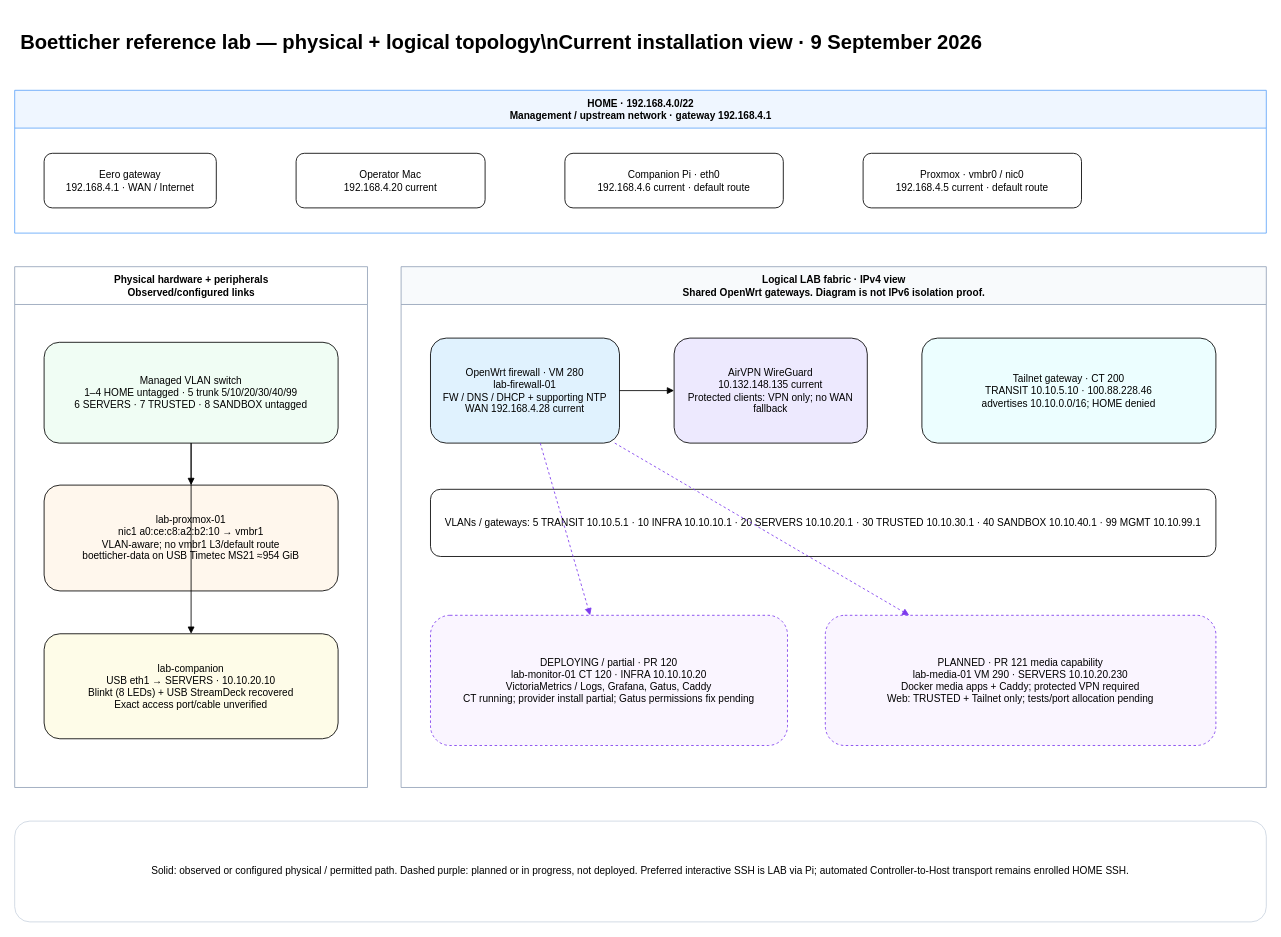
This is docs/images/network-topology.drawio from gofastercloud/boetticher, a draw.io file, before an edit. Source tidied: cells renumbered, new cells numbered last; positions are measured from the earlier drawing's top-left corner, leaving out a move shared by most shapes. Both pictures are drawn from the tidied source at 84%, with x=0, y=0 at pixel (14, 14).
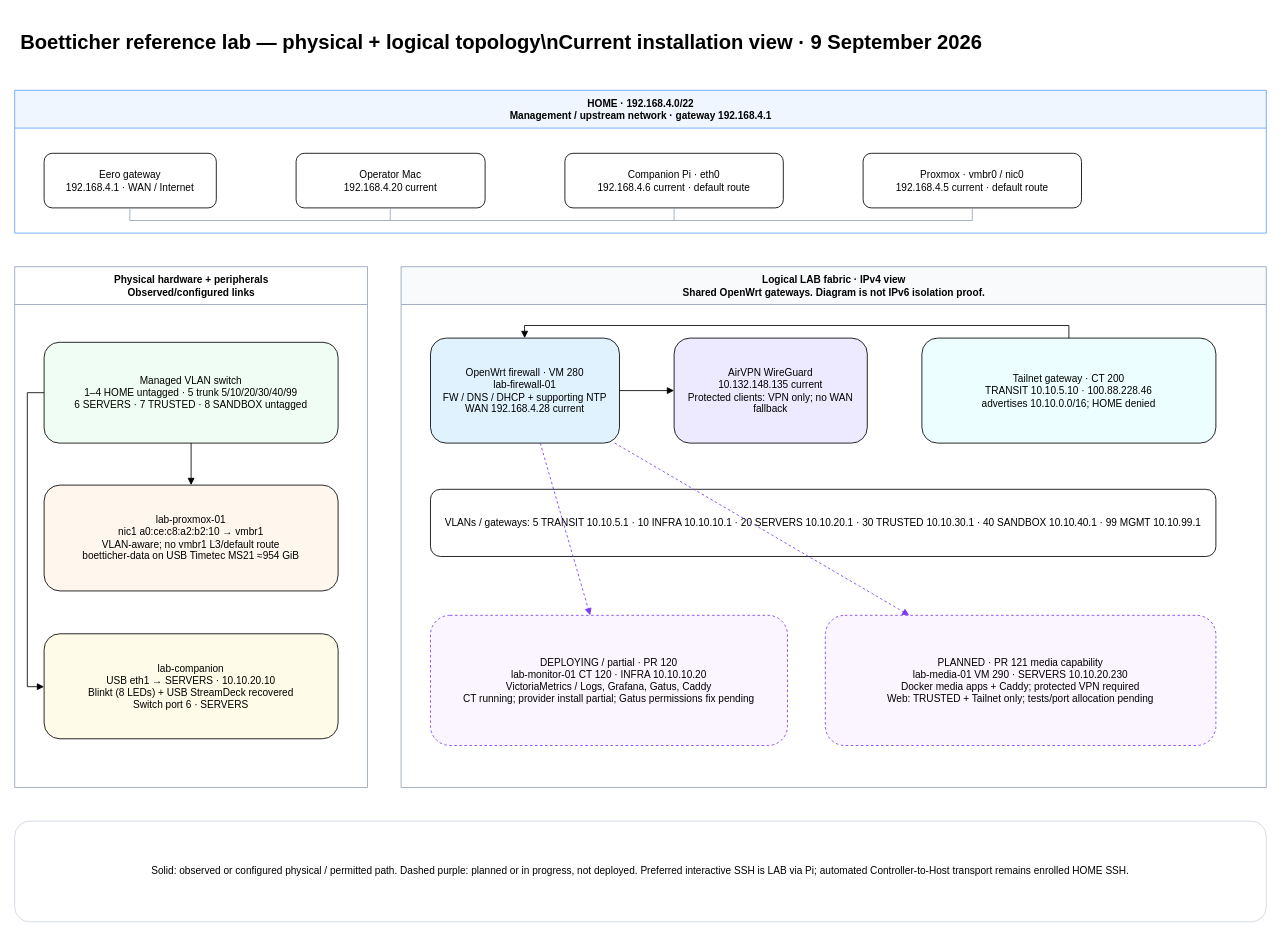
The same diagram, later.

The change refers to these unchanged cells:
```xml
<mxCell id="3" value="HOME · 192.168.4.0/22&#10;Management / upstream network · gateway 192.168.4.1" style="swimlane;html=1;startSize=45;fillColor=#eff6ff;strokeColor=#60a5fa;fontStyle=1;" parent="1" vertex="1">
  <mxGeometry y="90" width="1490" height="170" as="geometry" />
</mxCell>
<mxCell id="4" value="Eero gateway&#10;192.168.4.1 · WAN / Internet" style="rounded=1;whiteSpace=wrap;html=1;fillColor=#ffffff;" parent="3" vertex="1">
  <mxGeometry x="35" y="75" width="205" height="65" as="geometry" />
</mxCell>
<mxCell id="5" value="Operator Mac&#10;192.168.4.20 current" style="rounded=1;whiteSpace=wrap;html=1;fillColor=#ffffff;" parent="3" vertex="1">
  <mxGeometry x="335" y="75" width="225" height="65" as="geometry" />
</mxCell>
<mxCell id="6" value="Companion Pi · eth0&#10;192.168.4.6 current · default route" style="rounded=1;whiteSpace=wrap;html=1;fillColor=#ffffff;" parent="3" vertex="1">
  <mxGeometry x="655" y="75" width="260" height="65" as="geometry" />
</mxCell>
<mxCell id="7" value="Proxmox · vmbr0 / nic0&#10;192.168.4.5 current · default route" style="rounded=1;whiteSpace=wrap;html=1;fillColor=#ffffff;" parent="3" vertex="1">
  <mxGeometry x="1010" y="75" width="260" height="65" as="geometry" />
</mxCell>
<mxCell id="8" value="Physical hardware + peripherals&#10;Observed/configured links" style="swimlane;html=1;startSize=45;fillColor=#ffffff;strokeColor=#94a3b8;fontStyle=1;" parent="1" vertex="1">
  <mxGeometry y="300" width="420" height="620" as="geometry" />
</mxCell>
<mxCell id="9" value="Managed VLAN switch&#10;1–4 HOME untagged · 5 trunk 5/10/20/30/40/99&#10;6 SERVERS · 7 TRUSTED · 8 SANDBOX untagged" style="rounded=1;whiteSpace=wrap;html=1;fillColor=#f0fdf4;" parent="8" vertex="1">
  <mxGeometry x="35" y="90" width="350" height="120" as="geometry" />
</mxCell>
<mxCell id="12" value="Logical LAB fabric · IPv4 view&#10;Shared OpenWrt gateways. Diagram is not IPv6 isolation proof." style="swimlane;html=1;startSize=45;fillColor=#f8fafc;strokeColor=#94a3b8;fontStyle=1;" parent="1" vertex="1">
  <mxGeometry x="460" y="300" width="1030" height="620" as="geometry" />
</mxCell>
<mxCell id="13" value="OpenWrt firewall · VM 280&#10;lab-firewall-01&#10;FW / DNS / DHCP + supporting NTP&#10;WAN 192.168.4.28 current" style="rounded=1;whiteSpace=wrap;html=1;fillColor=#e0f2fe;" parent="12" vertex="1">
  <mxGeometry x="35" y="85" width="225" height="125" as="geometry" />
</mxCell>
<mxCell id="15" value="Tailnet gateway · CT 200&#10;TRANSIT 10.10.5.10 · 100.88.228.46&#10;advertises 10.10.0.0/16; HOME denied" style="rounded=1;whiteSpace=wrap;html=1;fillColor=#ecfeff;" parent="12" vertex="1">
  <mxGeometry x="620" y="85" width="350" height="125" as="geometry" />
</mxCell>
```

What changed in the source:
```diff
@@
+    <mxCell id="25" style="endArrow=none;startArrow=none;strokeColor=#94a3b8;html=1;" parent="3" edge="1">
+      <mxGeometry relative="1" as="geometry">
+        <mxPoint x="137" y="155" as="sourcePoint" />
+        <mxPoint x="1140" y="155" as="targetPoint" />
+      </mxGeometry>
+    </mxCell>
+    <mxCell id="26" style="endArrow=none;startArrow=none;strokeColor=#94a3b8;html=1;" parent="3" edge="1" source="4">
+      <mxGeometry relative="1" as="geometry">
+        <mxPoint x="137" y="155" as="targetPoint" />
+      </mxGeometry>
+    </mxCell>
+    <mxCell id="27" style="endArrow=none;startArrow=none;strokeColor=#94a3b8;html=1;" parent="3" edge="1" source="5">
+      <mxGeometry relative="1" as="geometry">
+        <mxPoint x="447" y="155" as="targetPoint" />
+      </mxGeometry>
+    </mxCell>
+    <mxCell id="28" style="endArrow=none;startArrow=none;strokeColor=#94a3b8;html=1;" parent="3" edge="1" source="6">
+      <mxGeometry relative="1" as="geometry">
+        <mxPoint x="785" y="155" as="targetPoint" />
+      </mxGeometry>
+    </mxCell>
+    <mxCell id="29" style="endArrow=none;startArrow=none;strokeColor=#94a3b8;html=1;" parent="3" edge="1" source="7">
+      <mxGeometry relative="1" as="geometry">
+        <mxPoint x="1140" y="155" as="targetPoint" />
+      </mxGeometry>
+    </mxCell>
@@
-    <mxCell id="11" value="lab-companion&#10;USB eth1 → SERVERS · 10.10.20.10&#10;Blinkt (8 LEDs) + USB StreamDeck recovered&#10;Exact access port/cable unverified" style="rounded=1;whiteSpace=wrap;html=1;fillColor=#fefce8;" parent="8" vertex="1">
+    <mxCell id="11" value="lab-companion&#10;USB eth1 → SERVERS · 10.10.20.10&#10;Blinkt (8 LEDs) + USB StreamDeck recovered&#10;Switch port 6 · SERVERS" style="rounded=1;whiteSpace=wrap;html=1;fillColor=#fefce8;" parent="8" vertex="1">
       <mxGeometry x="35" y="437" width="350" height="125" as="geometry" />
     </mxCell>
@@
     <mxCell id="21" style="endArrow=block;html=1;rounded=0;" parent="8" edge="1" source="9" target="11">
-      <mxGeometry relative="1" as="geometry" />
+      <mxGeometry relative="1" as="geometry">
+        <Array as="points">
+          <mxPoint x="15" y="150" />
+          <mxPoint x="15" y="500" />
+        </Array>
+      </mxGeometry>
     </mxCell>
@@
+    <mxCell id="30" style="endArrow=block;html=1;rounded=0;" parent="12" edge="1" source="15" target="13">
+      <mxGeometry relative="1" as="geometry">
+        <Array as="points">
+          <mxPoint x="795" y="70" />
+          <mxPoint x="147" y="70" />
+        </Array>
+      </mxGeometry>
+    </mxCell>
```
